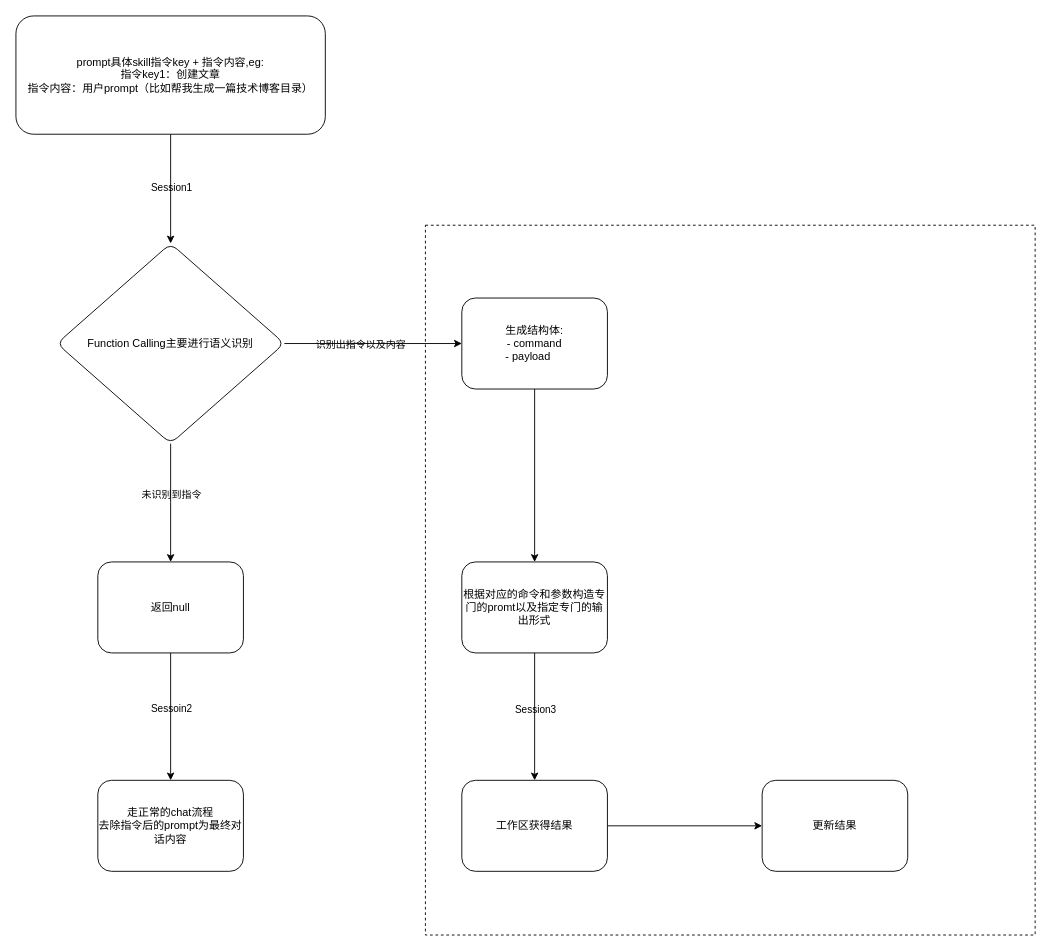
Before: 未命名绘图.drawio in GogoWwz/tarvis-diagrams, a draw.io diagram. Source tidied: cells renumbered, new cells numbered last; positions are measured from the earlier drawing's top-left corner, leaving out a move shared by most shapes. Both pictures are drawn from the tidied source at 91%, with x=0, y=0 at pixel (15, 15).
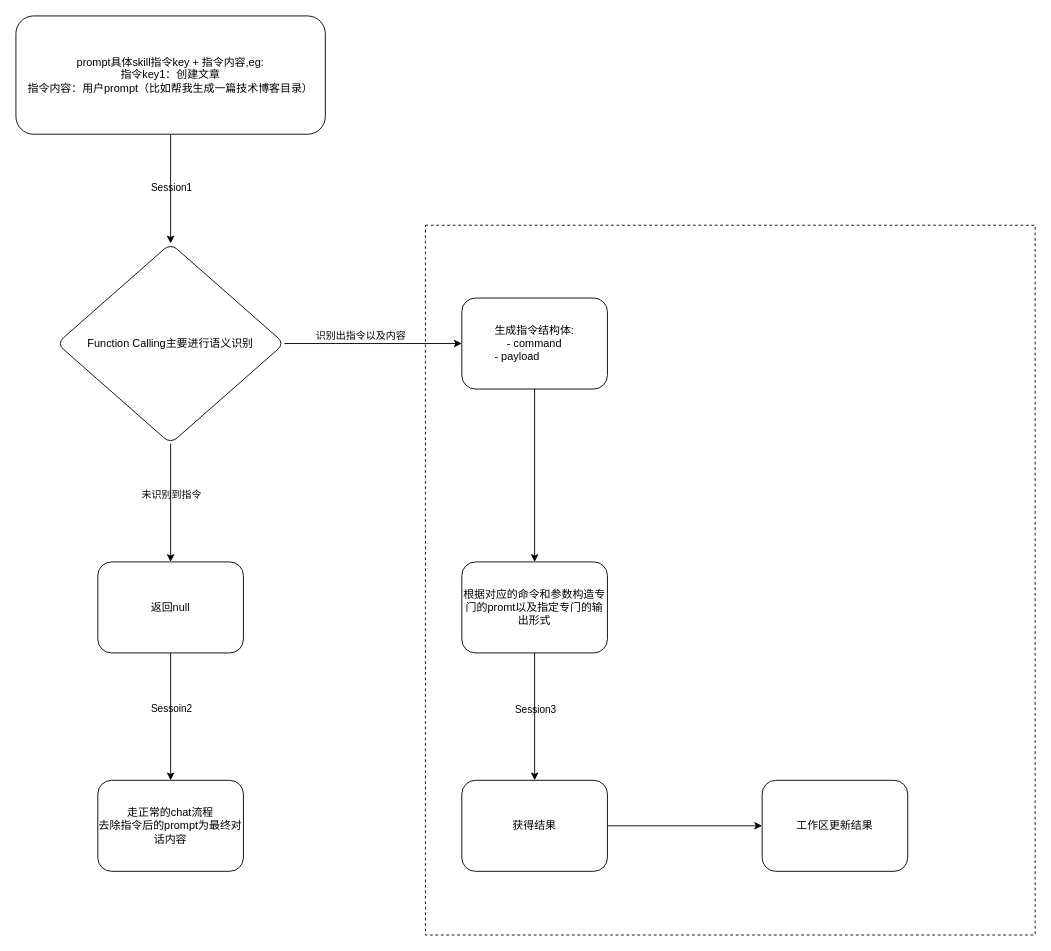
The same page after the edit.

Commit message:
更新未命名绘图.drawio

The change refers to these unchanged cells:
```xml
<mxCell id="6" style="edgeStyle=orthogonalEdgeStyle;rounded=0;jettySize=auto;html=1;labelBackgroundColor=none;fontColor=default;" parent="1" edge="1" source="10" target="12">
  <mxGeometry relative="1" as="geometry" />
</mxCell>
```

Diff of the diagram source:
```diff
@@
     <mxCell id="7" value="识别出指令以及内容" style="edgeLabel;html=1;align=center;verticalAlign=middle;labelBackgroundColor=none;" parent="6" vertex="1">
       <mxGeometry x="-0.15" y="-1" relative="1" as="geometry">
-        <mxPoint y="-1" as="offset" />
+        <mxPoint y="-11" as="offset" />
       </mxGeometry>
     </mxCell>
@@
-    <mxCell id="12" value="生成结构体:&lt;br&gt;- command&lt;br&gt;&lt;div style=&quot;text-align: left;&quot;&gt;&lt;span style=&quot;background-color: initial;&quot;&gt;- payload&lt;/span&gt;&lt;/div&gt;" style="whiteSpace=wrap;html=1;rounded=1;glass=0;strokeWidth=1;shadow=0;labelBackgroundColor=none;" parent="1" vertex="1">
+    <mxCell id="12" value="生成指令结构体:&lt;br&gt;- command&lt;br&gt;&lt;div style=&quot;text-align: left;&quot;&gt;&lt;span style=&quot;background-color: initial;&quot;&gt;- payload&lt;/span&gt;&lt;/div&gt;" style="whiteSpace=wrap;html=1;rounded=1;glass=0;strokeWidth=1;shadow=0;labelBackgroundColor=none;" parent="1" vertex="1">
       <mxGeometry x="490" y="310" width="160" height="100" as="geometry" />
     </mxCell>
@@
-    <mxCell id="21" value="工作区获得结果" style="whiteSpace=wrap;html=1;rounded=1;glass=0;strokeWidth=1;shadow=0;labelBackgroundColor=none;" parent="1" vertex="1">
+    <mxCell id="21" value="获得结果" style="whiteSpace=wrap;html=1;rounded=1;glass=0;strokeWidth=1;shadow=0;labelBackgroundColor=none;" parent="1" vertex="1">
       <mxGeometry x="490" y="840" width="160" height="100" as="geometry" />
     </mxCell>
-    <mxCell id="22" value="更新结果" style="whiteSpace=wrap;html=1;rounded=1;glass=0;strokeWidth=1;shadow=0;labelBackgroundColor=none;" parent="1" vertex="1">
+    <mxCell id="22" value="工作区更新结果" style="whiteSpace=wrap;html=1;rounded=1;glass=0;strokeWidth=1;shadow=0;labelBackgroundColor=none;" parent="1" vertex="1">
       <mxGeometry x="820" y="840" width="160" height="100" as="geometry" />
     </mxCell>
```
